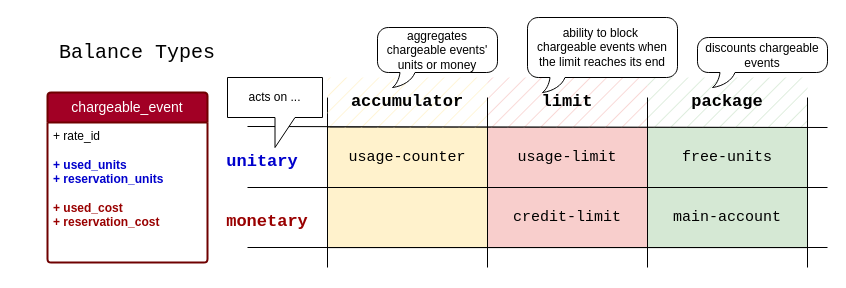
Earlier version of the draw.io diagram ratemind/balanse.drawio (arturd2/diagrams). Source tidied: cells renumbered, new cells numbered last; positions are measured from the earlier drawing's top-left corner, leaving out a move shared by most shapes. Both pictures are drawn from the tidied source at 100%, with x=0, y=0 at pixel (17, 17).
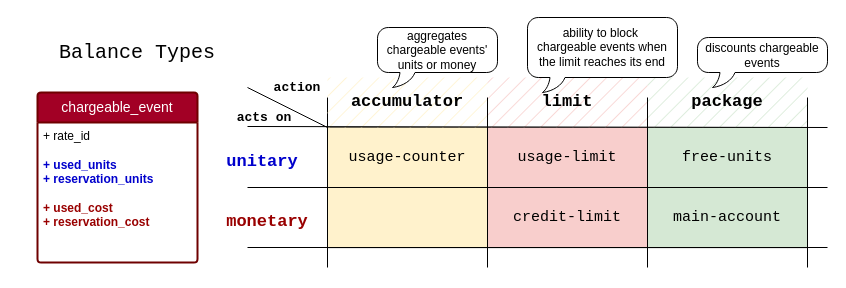
Above is the later version.

The edit, as a diff of the source:
```diff
@@
     <mxCell id="25" value="chargeable_event" style="swimlane;horizontal=1;startSize=30;rounded=1;fontSize=14;fontStyle=0;strokeWidth=2;shadow=0;dashed=0;align=center;arcSize=4;whiteSpace=wrap;html=1;fillColor=#a20025;fontColor=#ffffff;strokeColor=#6F0000;" parent="1" vertex="1">
-      <mxGeometry x="30" y="75" width="160" height="170" as="geometry" />
+      <mxGeometry x="20" y="75" width="160" height="170" as="geometry" />
     </mxCell>
@@
-    <mxCell id="30" value="acts on ..." style="shape=callout;whiteSpace=wrap;html=1;perimeter=calloutPerimeter;" parent="1" vertex="1">
-      <mxGeometry x="210" y="60" width="95" height="70" as="geometry" />
-    </mxCell>
+    <mxCell id="31" style="endArrow=none;html=1;rounded=0;" parent="1" edge="1">
+      <mxGeometry relative="1" as="geometry">
+        <mxPoint x="230" y="70" as="sourcePoint" />
+        <mxPoint x="310" y="110" as="targetPoint" />
+      </mxGeometry>
+    </mxCell>
+    <mxCell id="32" value="acts on" style="text;html=1;whiteSpace=wrap;strokeColor=none;fillColor=none;align=center;verticalAlign=middle;rounded=0;fontFamily=Courier New;fontSize=13;fontStyle=1;" parent="1" vertex="1">
+      <mxGeometry x="217" y="85" width="60" height="30" as="geometry" />
+    </mxCell>
+    <mxCell id="33" value="action" style="text;html=1;whiteSpace=wrap;strokeColor=none;fillColor=none;align=center;verticalAlign=middle;rounded=0;fontFamily=Courier New;fontSize=13;fontStyle=1;" parent="1" vertex="1">
+      <mxGeometry x="250" y="55" width="60" height="30" as="geometry" />
+    </mxCell>
```
